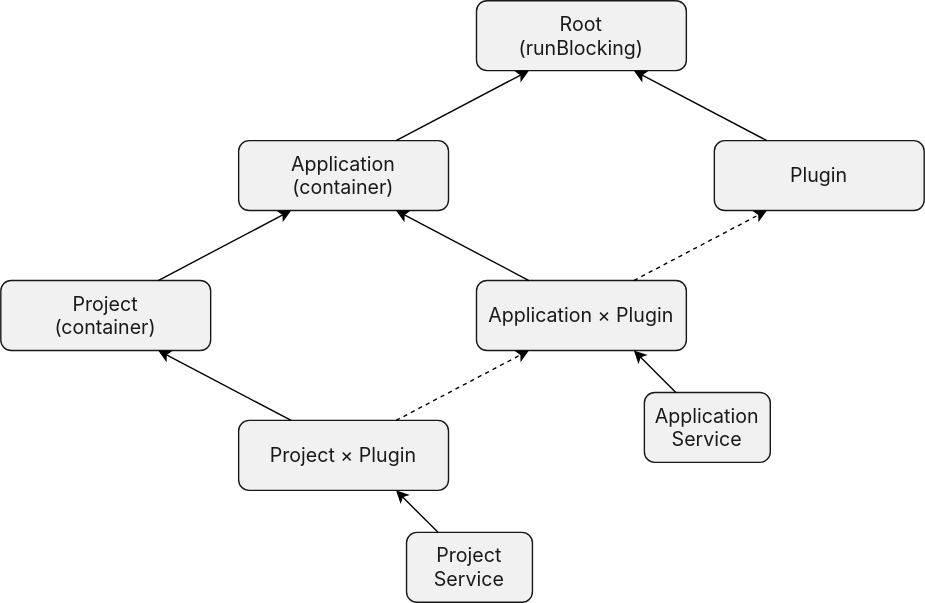
Before: images/basics/architectural_overview/coroutines/intellij_platform_coroutine_scopes.svg, a diagram exported from draw.io (JetBrains/intellij-sdk-docs). Source tidied: cells renumbered, new cells last; positions are measured from the earlier drawing's top-left corner, leaving out a move shared by most shapes.
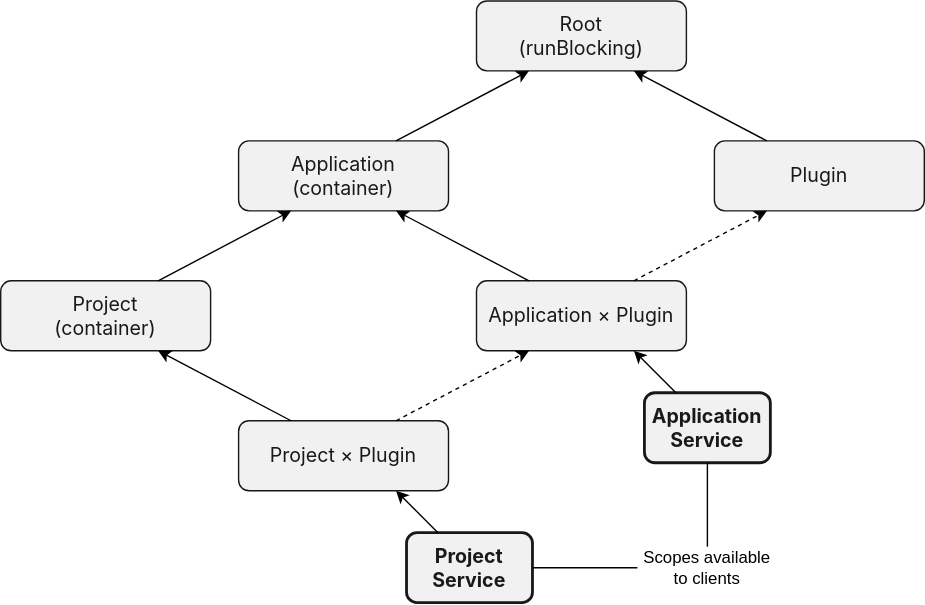
The same diagram one commit later.

Commit message:
coroutine_scopes.md: Clarify scopes on the diagram

Diff of the diagram source:
```diff
@@ -41,10 +41,10 @@
     <mxCell id="14" style="endArrow=classic;html=1;rounded=0;exitX=0.25;exitY=0;exitDx=0;exitDy=0;entryX=0.75;entryY=1;entryDx=0;entryDy=0;fontFamily=Inter;fontSource=https%3A%2F%2Ffonts.googleapis.com%2Fcss%3Ffamily%3DInter;fontColor=#19191c;" parent="1" edge="1" source="9" target="3">
       <mxGeometry relative="1" as="geometry" />
     </mxCell>
-    <mxCell id="15" value="Project&lt;br&gt;Service" style="rounded=1;whiteSpace=wrap;html=1;fontSize=14;fillColor=#F1F1F1;fontFamily=Inter;fontSource=https%3A%2F%2Ffonts.googleapis.com%2Fcss%3Ffamily%3DInter;fontColor=#19191c;strokeColor=#181818;" parent="1" vertex="1">
+    <mxCell id="15" value="Project&lt;br&gt;Service" style="rounded=1;whiteSpace=wrap;html=1;fontSize=14;fillColor=#F1F1F1;fontFamily=Inter;fontSource=https%3A%2F%2Ffonts.googleapis.com%2Fcss%3Ffamily%3DInter;fontColor=#19191c;strokeColor=#181818;strokeWidth=2;fontStyle=1;" parent="1" vertex="1">
       <mxGeometry x="290" y="380" width="90" height="50" as="geometry" />
     </mxCell>
-    <mxCell id="16" value="Application&lt;br&gt;Service" style="rounded=1;whiteSpace=wrap;html=1;fontSize=14;fillColor=#F1F1F1;fontFamily=Inter;fontSource=https%3A%2F%2Ffonts.googleapis.com%2Fcss%3Ffamily%3DInter;fontColor=#19191c;strokeColor=#181818;" parent="1" vertex="1">
+    <mxCell id="16" value="Application&lt;br&gt;Service" style="rounded=1;whiteSpace=wrap;html=1;fontSize=14;fillColor=#F1F1F1;fontFamily=Inter;fontSource=https%3A%2F%2Ffonts.googleapis.com%2Fcss%3Ffamily%3DInter;fontColor=#19191c;strokeColor=#181818;strokeWidth=2;fontStyle=1;" parent="1" vertex="1">
       <mxGeometry x="460" y="280" width="90" height="50" as="geometry" />
     </mxCell>
     <mxCell id="17" style="endArrow=classic;html=1;rounded=0;exitX=0.25;exitY=0;exitDx=0;exitDy=0;entryX=0.75;entryY=1;entryDx=0;entryDy=0;" parent="1" edge="1" source="15" target="10">
@@ -53,5 +53,14 @@
     <mxCell id="18" style="endArrow=classic;html=1;rounded=0;exitX=0.25;exitY=0;exitDx=0;exitDy=0;entryX=0.75;entryY=1;entryDx=0;entryDy=0;" parent="1" edge="1" source="16" target="9">
       <mxGeometry relative="1" as="geometry" />
     </mxCell>
+    <mxCell id="19" value="Scopes available to clients" style="text;html=1;align=center;verticalAlign=middle;whiteSpace=wrap;rounded=0;" parent="1" vertex="1">
+      <mxGeometry x="455" y="390" width="100" height="30" as="geometry" />
+    </mxCell>
+    <mxCell id="20" style="endArrow=none;html=1;rounded=0;exitX=1;exitY=0.5;exitDx=0;exitDy=0;entryX=0;entryY=0.5;entryDx=0;entryDy=0;" parent="1" edge="1" source="15" target="19">
+      <mxGeometry relative="1" as="geometry" />
+    </mxCell>
+    <mxCell id="21" style="endArrow=none;html=1;rounded=0;exitX=0.5;exitY=1;exitDx=0;exitDy=0;entryX=0.5;entryY=0;entryDx=0;entryDy=0;" parent="1" edge="1" source="16" target="19">
+      <mxGeometry relative="1" as="geometry" />
+    </mxCell>
   </root>
 </mxGraphModel>
```
